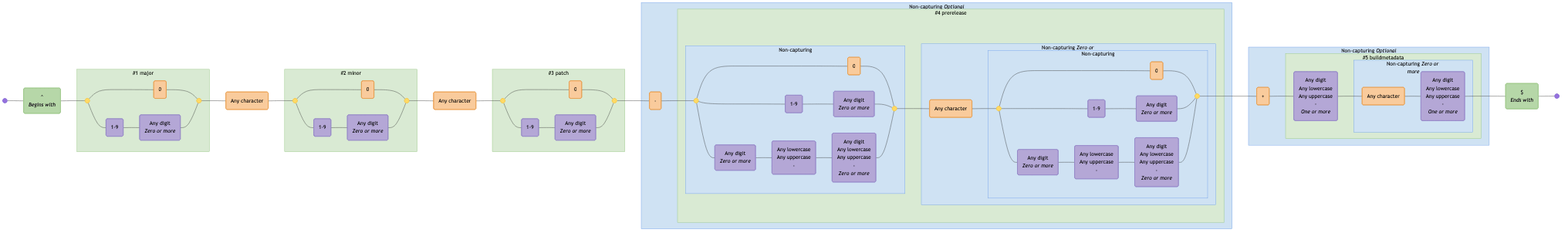
This is diagrams/semver.mermaid-diagram.png from tayles/regex-to-mermaid, a Mermaid export, as it was before one commit. Its source is kept beside it as diagrams/semver.mermaid.
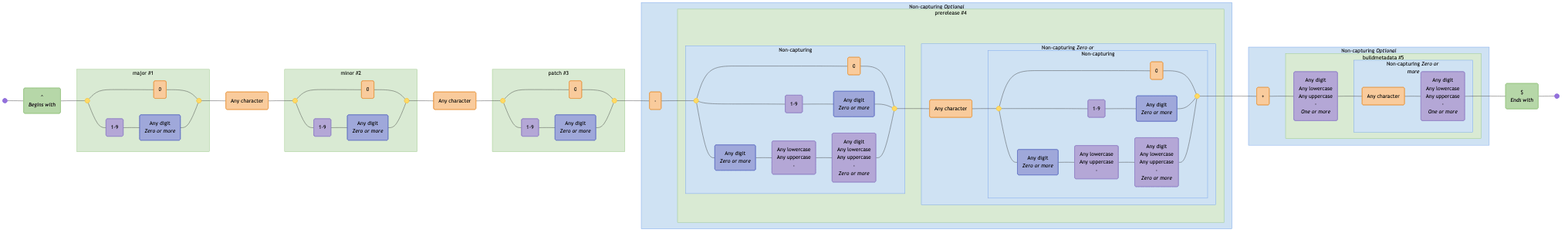
After the change.

What changed in the source:
```diff
@@ -9,87 +9,87 @@
   disjunction_end_1:::disjunction@{ shape: f-circ };
   literal_1("0"):::literal;
   char_class_1("1-9"):::char-class;
-  char_class_2("Any digit<br><i>Zero or more</i>"):::char-class;
+  char_set_1("Any digit<br><i>Zero or more</i>"):::char-set;
   literal_2("Any character"):::literal;
   disjunction_begin_2:::disjunction@{ shape: f-circ };
   disjunction_end_2:::disjunction@{ shape: f-circ };
   literal_3("0"):::literal;
-  char_class_3("1-9"):::char-class;
-  char_class_4("Any digit<br><i>Zero or more</i>"):::char-class;
+  char_class_2("1-9"):::char-class;
+  char_set_2("Any digit<br><i>Zero or more</i>"):::char-set;
   literal_4("Any character"):::literal;
   disjunction_begin_3:::disjunction@{ shape: f-circ };
   disjunction_end_3:::disjunction@{ shape: f-circ };
   literal_5("0"):::literal;
-  char_class_5("1-9"):::char-class;
-  char_class_6("Any digit<br><i>Zero or more</i>"):::char-class;
+  char_class_3("1-9"):::char-class;
+  char_set_3("Any digit<br><i>Zero or more</i>"):::char-set;
   literal_6("-"):::literal;
   disjunction_begin_4:::disjunction@{ shape: f-circ };
   disjunction_end_4:::disjunction@{ shape: f-circ };
   literal_7("0"):::literal;
-  char_class_7("1-9"):::char-class;
-  char_class_8("Any digit<br><i>Zero or more</i>"):::char-class;
-  char_class_9("Any digit<br><i>Zero or more</i>"):::char-class;
-  char_class_10("Any lowercase<br>Any uppercase<br>-"):::char-class;
-  char_class_11("Any digit<br>Any lowercase<br>Any uppercase<br>-<br><i>Zero or more</i>"):::char-class;
+  char_class_4("1-9"):::char-class;
+  char_set_4("Any digit<br><i>Zero or more</i>"):::char-set;
+  char_set_5("Any digit<br><i>Zero or more</i>"):::char-set;
+  char_class_5("Any lowercase<br>Any uppercase<br>-"):::char-class;
+  char_class_6("Any digit<br>Any lowercase<br>Any uppercase<br>-<br><i>Zero or more</i>"):::char-class;
   literal_8("Any character"):::literal;
   disjunction_begin_5:::disjunction@{ shape: f-circ };
   disjunction_end_5:::disjunction@{ shape: f-circ };
   literal_9("0"):::literal;
-  char_class_12("1-9"):::char-class;
-  char_class_13("Any digit<br><i>Zero or more</i>"):::char-class;
-  char_class_14("Any digit<br><i>Zero or more</i>"):::char-class;
-  char_class_15("Any lowercase<br>Any uppercase<br>-"):::char-class;
-  char_class_16("Any digit<br>Any lowercase<br>Any uppercase<br>-<br><i>Zero or more</i>"):::char-class;
+  char_class_7("1-9"):::char-class;
+  char_set_6("Any digit<br><i>Zero or more</i>"):::char-set;
+  char_set_7("Any digit<br><i>Zero or more</i>"):::char-set;
+  char_class_8("Any lowercase<br>Any uppercase<br>-"):::char-class;
+  char_class_9("Any digit<br>Any lowercase<br>Any uppercase<br>-<br><i>Zero or more</i>"):::char-class;
   literal_10("\+"):::literal;
-  char_class_17("Any digit<br>Any lowercase<br>Any uppercase<br>-<br><i>One or more</i>"):::char-class;
+  char_class_10("Any digit<br>Any lowercase<br>Any uppercase<br>-<br><i>One or more</i>"):::char-class;
   literal_11("Any character"):::literal;
-  char_class_18("Any digit<br>Any lowercase<br>Any uppercase<br>-<br><i>One or more</i>"):::char-class;
+  char_class_11("Any digit<br>Any lowercase<br>Any uppercase<br>-<br><i>One or more</i>"):::char-class;
   assertion_2("$<br><i>Ends with</i>"):::assertion;
 
-  subgraph named_capture_1 ["#1 major"]
+  subgraph named_capture_1 ["major #1"]
     disjunction_begin_1
     disjunction_end_1
     literal_1
     char_class_1
-    char_class_2
+    char_set_1
   end
 
-  subgraph named_capture_2 ["#2 minor"]
+  subgraph named_capture_2 ["minor #2"]
     disjunction_begin_2
     disjunction_end_2
     literal_3
-    char_class_3
-    char_class_4
+    char_class_2
+    char_set_2
   end
 
-  subgraph named_capture_3 ["#3 patch"]
+  subgraph named_capture_3 ["patch #3"]
     disjunction_begin_3
     disjunction_end_3
     literal_5
-    char_class_5
-    char_class_6
+    char_class_3
+    char_set_3
   end
 
   subgraph non_capturing_2 ["Non-capturing"]
     disjunction_begin_4
     disjunction_end_4
     literal_7
-    char_class_7
-    char_class_8
-    char_class_9
-    char_class_10
-    char_class_11
+    char_class_4
+    char_set_4
+    char_set_5
+    char_class_5
+    char_class_6
   end
 
   subgraph non_capturing_4 ["Non-capturing"]
     disjunction_begin_5
     disjunction_end_5
     literal_9
-    char_class_12
-    char_class_13
-    char_class_14
-    char_class_15
-    char_class_16
+    char_class_7
+    char_set_6
+    char_set_7
+    char_class_8
+    char_class_9
   end
 
   subgraph non_capturing_3 ["Non-capturing <i>Zero or more</i>"]
@@ -97,7 +97,7 @@
     literal_8
   end
 
-  subgraph named_capture_4 ["#4 prerelease"]
+  subgraph named_capture_4 ["prerelease #4"]
     non_capturing_2
     non_capturing_4
     non_capturing_3
@@ -113,12 +113,12 @@
 
   subgraph non_capturing_6 ["Non-capturing <i>Zero or more</i>"]
     literal_11
-    char_class_18
+    char_class_11
   end
 
-  subgraph named_capture_5 ["#5 buildmetadata"]
+  subgraph named_capture_5 ["buildmetadata #5"]
     non_capturing_6
-    char_class_17
+    char_class_10
   end
 
   subgraph non_capturing_5 ["Non-capturing <i>Optional</i>"]
@@ -132,55 +132,56 @@
   disjunction_begin_1 --- literal_1;
   literal_1 --- disjunction_end_1;
   disjunction_begin_1 --- char_class_1;
-  char_class_1 --- char_class_2;
-  char_class_2 --- disjunction_end_1;
+  char_class_1 --- char_set_1;
+  char_set_1 --- disjunction_end_1;
   disjunction_end_1 --- literal_2;
   literal_2 --- disjunction_begin_2;
   disjunction_begin_2 --- literal_3;
   literal_3 --- disjunction_end_2;
-  disjunction_begin_2 --- char_class_3;
-  char_class_3 --- char_class_4;
-  char_class_4 --- disjunction_end_2;
+  disjunction_begin_2 --- char_class_2;
+  char_class_2 --- char_set_2;
+  char_set_2 --- disjunction_end_2;
   disjunction_end_2 --- literal_4;
   literal_4 --- disjunction_begin_3;
   disjunction_begin_3 --- literal_5;
   literal_5 --- disjunction_end_3;
-  disjunction_begin_3 --- char_class_5;
-  char_class_5 --- char_class_6;
-  char_class_6 --- disjunction_end_3;
+  disjunction_begin_3 --- char_class_3;
+  char_class_3 --- char_set_3;
+  char_set_3 --- disjunction_end_3;
   disjunction_end_3 --- literal_6;
   literal_6 --- disjunction_begin_4;
   disjunction_begin_4 --- literal_7;
   literal_7 --- disjunction_end_4;
-  disjunction_begin_4 --- char_class_7;
-  char_class_7 --- char_class_8;
-  char_class_8 --- disjunction_end_4;
-  disjunction_begin_4 --- char_class_9;
-  char_class_9 --- char_class_10;
-  char_class_10 --- char_class_11;
-  char_class_11 --- disjunction_end_4;
+  disjunction_begin_4 --- char_class_4;
+  char_class_4 --- char_set_4;
+  char_set_4 --- disjunction_end_4;
+  disjunction_begin_4 --- char_set_5;
+  char_set_5 --- char_class_5;
+  char_class_5 --- char_class_6;
+  char_class_6 --- disjunction_end_4;
   disjunction_end_4 --- literal_8;
   literal_8 --- disjunction_begin_5;
   disjunction_begin_5 --- literal_9;
   literal_9 --- disjunction_end_5;
-  disjunction_begin_5 --- char_class_12;
-  char_class_12 --- char_class_13;
-  char_class_13 --- disjunction_end_5;
-  disjunction_begin_5 --- char_class_14;
-  char_class_14 --- char_class_15;
-  char_class_15 --- char_class_16;
-  char_class_16 --- disjunction_end_5;
+  disjunction_begin_5 --- char_class_7;
+  char_class_7 --- char_set_6;
+  char_set_6 --- disjunction_end_5;
+  disjunction_begin_5 --- char_set_7;
+  char_set_7 --- char_class_8;
+  char_class_8 --- char_class_9;
+  char_class_9 --- disjunction_end_5;
   disjunction_end_5 --- literal_10;
-  literal_10 --- char_class_17;
-  char_class_17 --- literal_11;
-  literal_11 --- char_class_18;
-  char_class_18 --- assertion_2;
+  literal_10 --- char_class_10;
+  char_class_10 --- literal_11;
+  literal_11 --- char_class_11;
+  char_class_11 --- assertion_2;
   assertion_2 --- fin;
 
   classDef assertion fill:#B6D7A8,stroke:#93C47D,color:#000000;
   classDef disjunction fill:#FFD966,stroke:#F1C232,color:#000000;
   classDef literal fill:#F9CB9C,stroke:#E69138,color:#000000;
   classDef char-class fill:#B4A7D6,stroke:#8E7CC3,color:#000000;
+  classDef char-set fill:#9FA8DA,stroke:#5C6BC0,color:#000000;
 
   classDef named-capture fill:#D9EAD3,stroke:#93C47D,color:#000000;
   classDef non-capturing fill:#CFE2F3,stroke:#6D9EEB,color:#000000;
```
